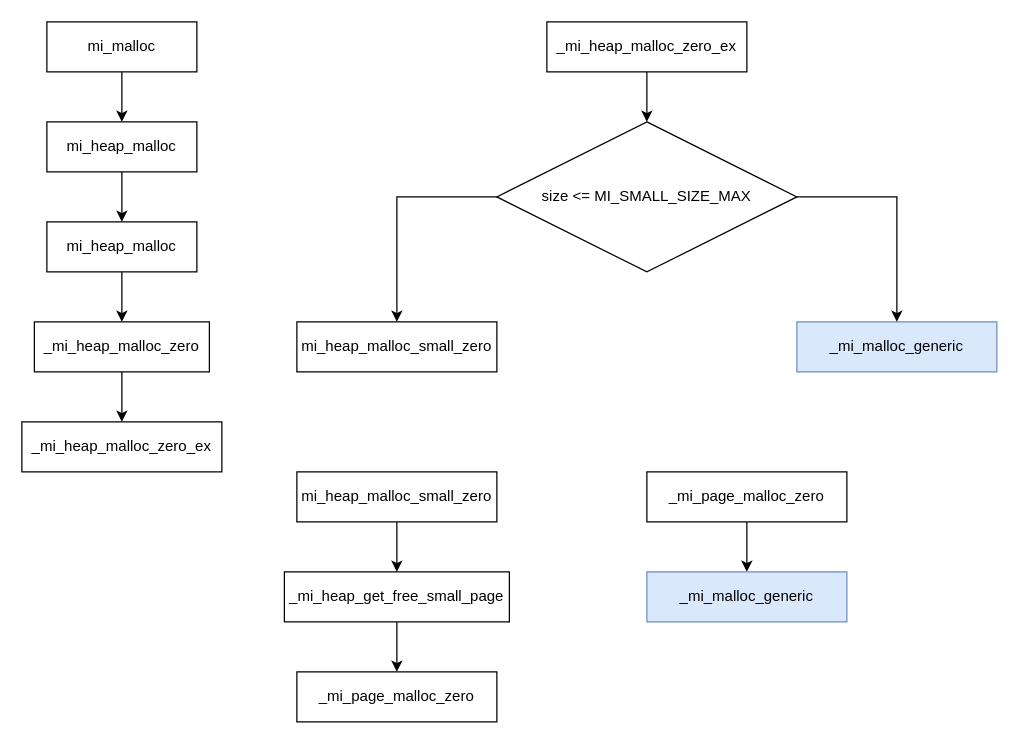
the-die/mimalloc keeps this draw.io diagram as page "alloc" (2 of 3) of mimalloc.drawio. Above is the earlier version. Source tidied: cells renumbered, new cells numbered last; positions are measured from the earlier drawing's top-left corner, leaving out a move shared by most shapes. Both pictures are drawn from the tidied source at 125%, with x=0, y=0 at pixel (21, 21).
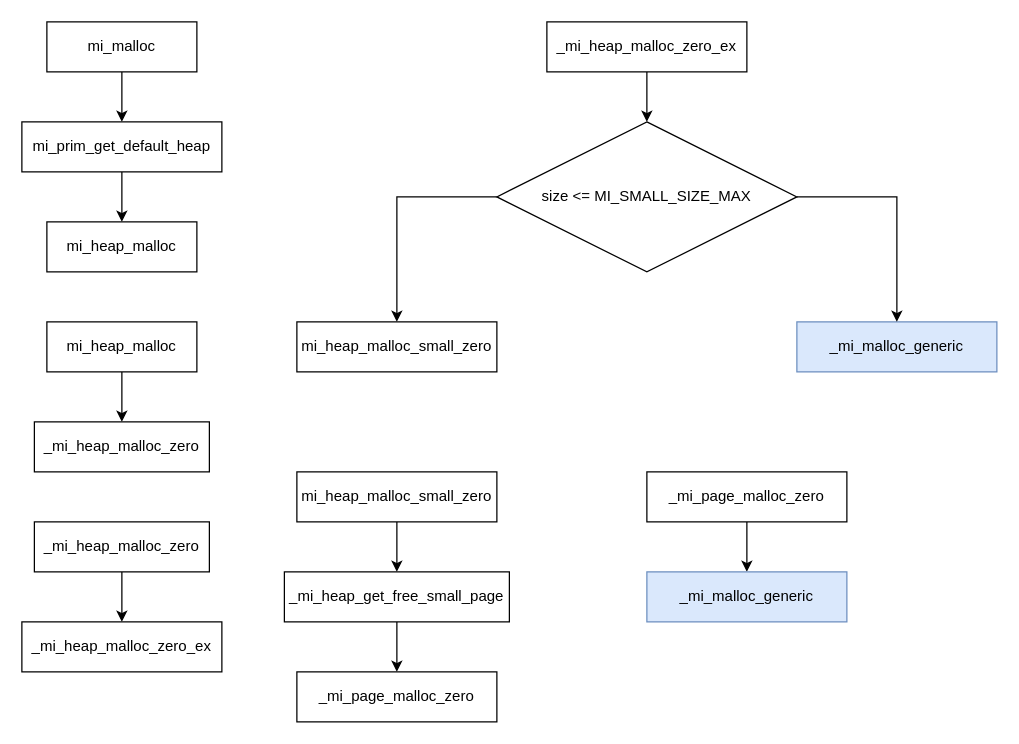
The same page after the edit.

The change refers to these unchanged cells:
```xml
<mxCell id="3" value="mi_malloc" style="rounded=0;whiteSpace=wrap;html=1;" parent="1" vertex="1">
  <mxGeometry x="20" width="120" height="40" as="geometry" />
</mxCell>
```

The edit, as a diff of the source:
```diff
@@
-    <mxCell id="2" style="edgeStyle=orthogonalEdgeStyle;rounded=0;jettySize=auto;html=1;" parent="1" edge="1" source="3" target="5">
+    <mxCell id="2" style="edgeStyle=orthogonalEdgeStyle;rounded=0;jettySize=auto;html=1;" parent="1" edge="1" source="3" target="27">
       <mxGeometry relative="1" as="geometry" />
     </mxCell>
@@
-    <mxCell id="4" style="edgeStyle=orthogonalEdgeStyle;rounded=0;jettySize=auto;html=1;" parent="1" edge="1" source="5" target="7">
-      <mxGeometry relative="1" as="geometry" />
-    </mxCell>
     <mxCell id="5" value="mi_heap_malloc" style="rounded=0;whiteSpace=wrap;html=1;" parent="1" vertex="1">
-      <mxGeometry x="20" y="80" width="120" height="40" as="geometry" />
+      <mxGeometry x="20" y="160" width="120" height="40" as="geometry" />
     </mxCell>
-    <mxCell id="6" style="edgeStyle=orthogonalEdgeStyle;rounded=0;jettySize=auto;html=1;" parent="1" edge="1" source="7" target="9">
-      <mxGeometry relative="1" as="geometry" />
-    </mxCell>
-    <mxCell id="7" value="mi_heap_malloc" style="rounded=0;whiteSpace=wrap;html=1;" parent="1" vertex="1">
-      <mxGeometry x="20" y="160" width="120" height="40" as="geometry" />
-    </mxCell>
-    <mxCell id="8" style="edgeStyle=orthogonalEdgeStyle;rounded=0;jettySize=auto;html=1;" parent="1" edge="1" source="9" target="10">
-      <mxGeometry relative="1" as="geometry" />
-    </mxCell>
-    <mxCell id="9" value="_mi_heap_malloc_zero" style="rounded=0;whiteSpace=wrap;html=1;" parent="1" vertex="1">
-      <mxGeometry x="10" y="240" width="140" height="40" as="geometry" />
-    </mxCell>
-    <mxCell id="10" value="_mi_heap_malloc_zero_ex" style="rounded=0;whiteSpace=wrap;html=1;" parent="1" vertex="1">
-      <mxGeometry y="320" width="160" height="40" as="geometry" />
-    </mxCell>
@@
+    <mxCell id="26" style="edgeStyle=orthogonalEdgeStyle;rounded=0;jettySize=auto;html=1;" parent="1" edge="1" source="27" target="5">
+      <mxGeometry relative="1" as="geometry" />
+    </mxCell>
+    <mxCell id="27" value="mi_prim_get_default_heap" style="rounded=0;whiteSpace=wrap;html=1;" parent="1" vertex="1">
+      <mxGeometry y="80" width="160" height="40" as="geometry" />
+    </mxCell>
+    <mxCell id="28" style="edgeStyle=orthogonalEdgeStyle;rounded=0;jettySize=auto;html=1;" parent="1" edge="1" source="29" target="10">
+      <mxGeometry relative="1" as="geometry" />
+    </mxCell>
+    <mxCell id="29" value="_mi_heap_malloc_zero" style="rounded=0;whiteSpace=wrap;html=1;" parent="1" vertex="1">
+      <mxGeometry x="10" y="400" width="140" height="40" as="geometry" />
+    </mxCell>
+    <mxCell id="10" value="_mi_heap_malloc_zero_ex" style="rounded=0;whiteSpace=wrap;html=1;" parent="1" vertex="1">
+      <mxGeometry y="480" width="160" height="40" as="geometry" />
+    </mxCell>
+    <mxCell id="30" style="edgeStyle=orthogonalEdgeStyle;rounded=0;jettySize=auto;html=1;" parent="1" edge="1" source="7" target="31">
+      <mxGeometry relative="1" as="geometry" />
+    </mxCell>
+    <mxCell id="7" value="mi_heap_malloc" style="rounded=0;whiteSpace=wrap;html=1;" parent="1" vertex="1">
+      <mxGeometry x="20" y="240" width="120" height="40" as="geometry" />
+    </mxCell>
+    <mxCell id="31" value="_mi_heap_malloc_zero" style="rounded=0;whiteSpace=wrap;html=1;" parent="1" vertex="1">
+      <mxGeometry x="10" y="320" width="140" height="40" as="geometry" />
+    </mxCell>
```
